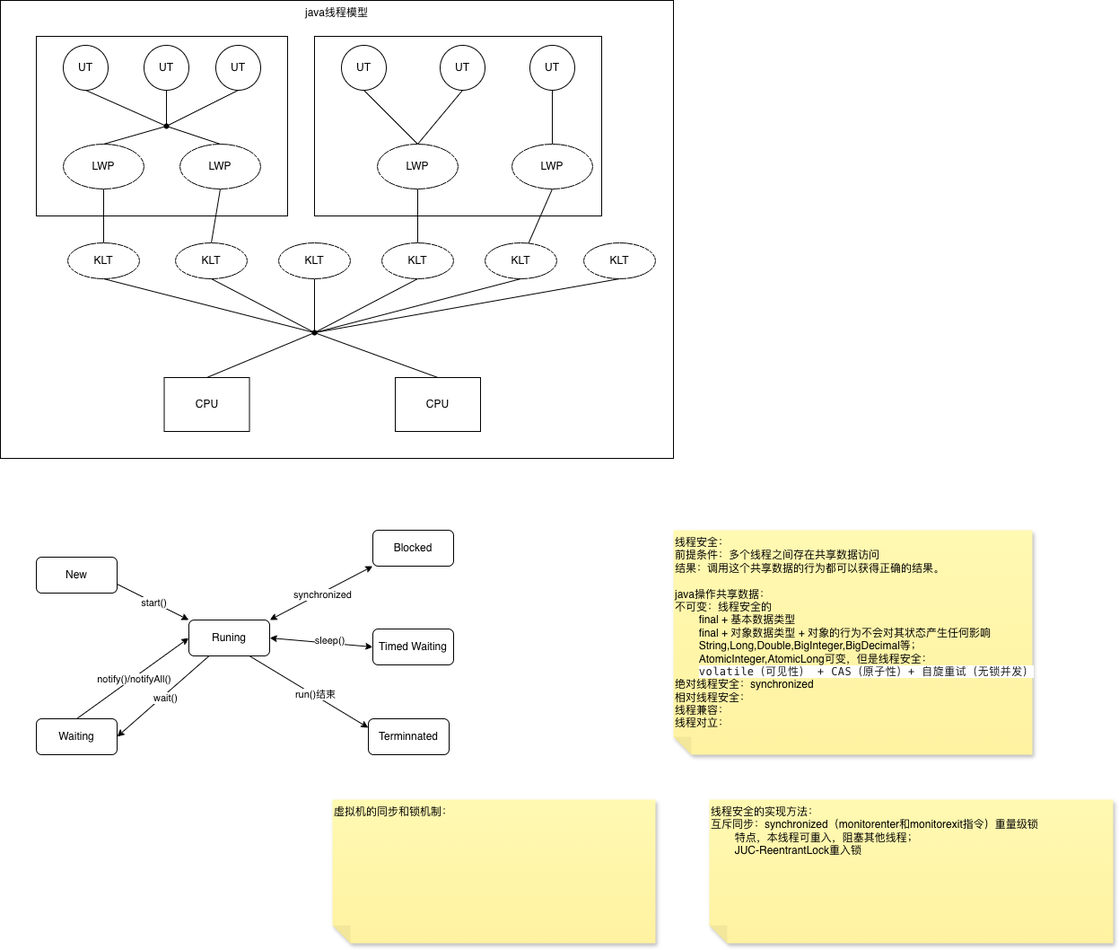
The draw.io diagram java线程模型和线程状态.drawio.png in ggs2015/file, before a commit. Source tidied: cells renumbered, new cells last; positions are measured from the earlier drawing's top-left corner, leaving out a move shared by most shapes.
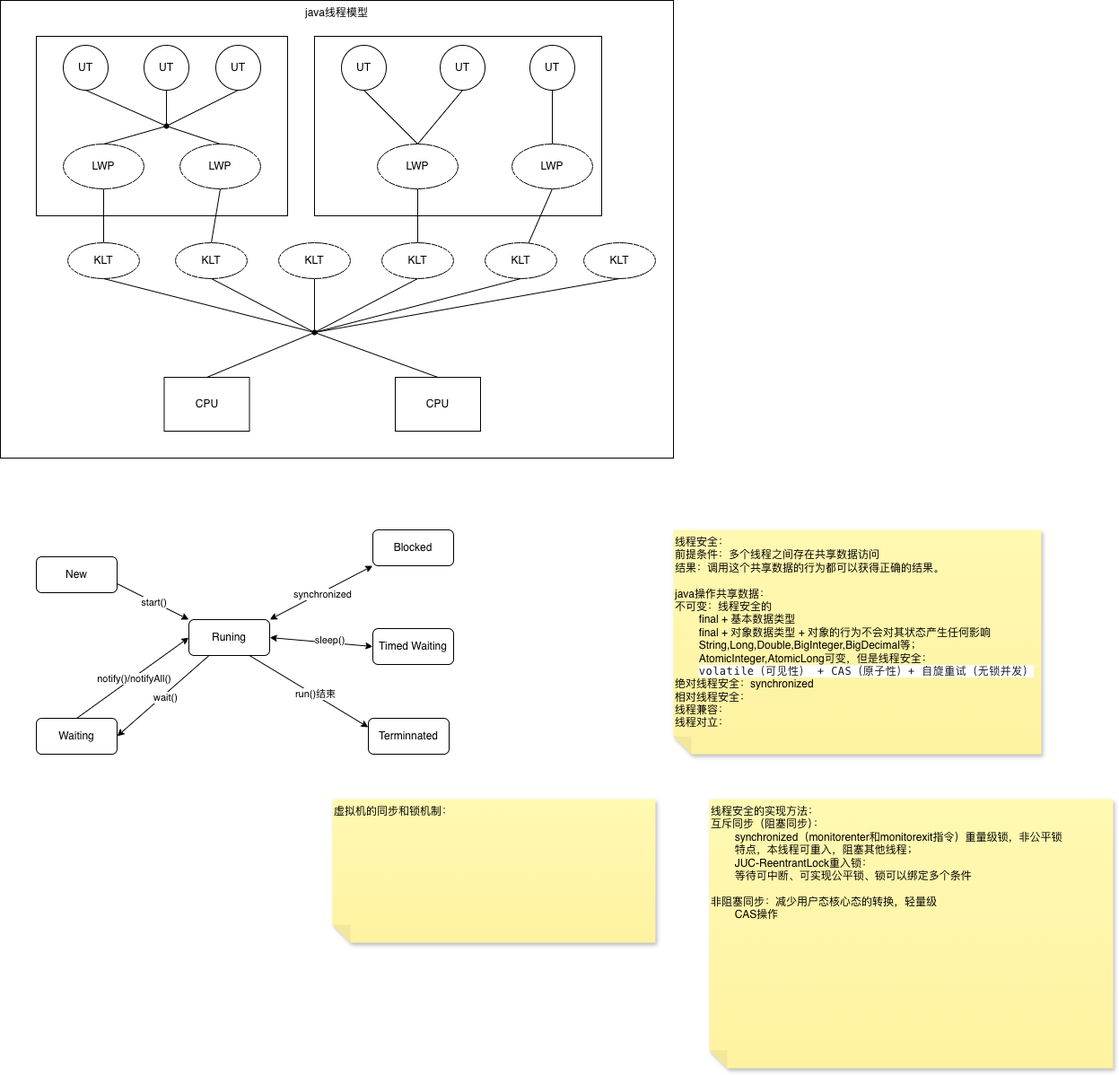
Above is the later version.

Commit message:
更新java线程模型和线程状态.drawio.png

The edit, as a diff of the source:
```diff
@@ -193,10 +193,10 @@
       <mxGeometry x="410" y="800" width="90" height="40" as="geometry" />
     </mxCell>
     <mxCell id="64" value="线程安全：&lt;div&gt;前提条件：多个线程之间存在共享数据访问&lt;/div&gt;&lt;div&gt;结果：调用这个共享数据的行为都可以获得正确的结果。&lt;/div&gt;&lt;div&gt;&lt;br&gt;&lt;/div&gt;&lt;div&gt;java操作共享数据：&lt;/div&gt;&lt;div&gt;不可变：线程安全的&lt;/div&gt;&lt;div&gt;&lt;span style=&quot;white-space: pre;&quot;&gt;&#9;&lt;/span&gt;final + 基本数据类型&lt;/div&gt;&lt;div&gt;&lt;span style=&quot;white-space: pre;&quot;&gt;&#9;&lt;/span&gt;final + 对象数据类型 + 对象的行为不会对其状态产生任何影响&lt;/div&gt;&lt;div&gt;&lt;span style=&quot;white-space: pre;&quot;&gt;&#9;&lt;/span&gt;String,Long,Double,BigInteger,BigDecimal等；&lt;br&gt;&lt;/div&gt;&lt;div&gt;&lt;span style=&quot;white-space: pre;&quot;&gt;&#9;&lt;/span&gt;AtomicInteger,AtomicLong可变，但是线程安全：&lt;br&gt;&lt;/div&gt;&lt;div&gt;&lt;span style=&quot;white-space: pre;&quot;&gt;&#9;&lt;/span&gt;&lt;font color=&quot;#1a1a1a&quot; face=&quot;Fira Code, Fira Mono, Menlo, Consolas, DejaVu Sans Mono, monospace&quot;&gt;&lt;span style=&quot;letter-spacing: 0.5px; background-color: rgb(255, 255, 255);&quot;&gt;volatile（可见性） + CAS（原子性）+ 自旋重试（无锁并发）&lt;/span&gt;&lt;/font&gt;&lt;/div&gt;&lt;div&gt;绝对线程安全：synchronized&lt;/div&gt;&lt;div&gt;相对线程安全：&lt;/div&gt;&lt;div&gt;线程兼容：&lt;/div&gt;&lt;div&gt;线程对立：&lt;/div&gt;&lt;div&gt;&lt;br&gt;&lt;/div&gt;&lt;div&gt;&lt;span style=&quot;white-space: pre;&quot;&gt;&#9;&lt;/span&gt;&lt;br&gt;&lt;/div&gt;" style="shape=note;whiteSpace=wrap;html=1;backgroundOutline=1;fontColor=#000000;darkOpacity=0.05;fillColor=#FFF9B2;strokeColor=none;fillStyle=solid;direction=west;gradientDirection=north;gradientColor=#FFF2A1;shadow=1;size=20;verticalAlign=top;align=left;" parent="1" vertex="1">
-      <mxGeometry x="750" y="590" width="400" height="250" as="geometry" />
+      <mxGeometry x="750" y="590" width="410" height="250" as="geometry" />
     </mxCell>
-    <mxCell id="65" value="线程安全的实现方法：&lt;div&gt;互斥同步：synchronized（monitorenter和monitorexit指令）重量级锁&lt;/div&gt;&lt;div&gt;&lt;span style=&quot;white-space: pre;&quot;&gt;&#9;&lt;/span&gt;特点，本线程可重入，阻塞其他线程；&lt;br&gt;&lt;/div&gt;&lt;div&gt;&lt;span style=&quot;white-space: pre;&quot;&gt;&#9;&lt;/span&gt;JUC-ReentrantLock重入锁&lt;br&gt;&lt;/div&gt;" style="shape=note;whiteSpace=wrap;html=1;backgroundOutline=1;fontColor=#000000;darkOpacity=0.05;fillColor=#FFF9B2;strokeColor=none;fillStyle=solid;direction=west;gradientDirection=north;gradientColor=#FFF2A1;shadow=1;size=20;verticalAlign=top;align=left;" parent="1" vertex="1">
-      <mxGeometry x="790" y="890" width="450" height="160" as="geometry" />
+    <mxCell id="65" value="线程安全的实现方法：&lt;div&gt;互斥同步（阻塞同步）：&lt;/div&gt;&lt;div&gt;&lt;span style=&quot;white-space: pre;&quot;&gt;&#9;&lt;/span&gt;synchronized（monitorenter和monitorexit指令）重量级锁，非公平锁&lt;/div&gt;&lt;div&gt;&lt;span style=&quot;white-space: pre;&quot;&gt;&#9;&lt;/span&gt;特点，本线程可重入，阻塞其他线程；&lt;br&gt;&lt;/div&gt;&lt;div&gt;&lt;span style=&quot;white-space: pre;&quot;&gt;&#9;&lt;/span&gt;JUC-ReentrantLock重入锁：&lt;br&gt;&lt;/div&gt;&lt;div&gt;&lt;span style=&quot;white-space: pre;&quot;&gt;&#9;&lt;/span&gt;等待可中断、可实现公平锁、锁可以绑定多个条件&lt;br&gt;&lt;/div&gt;&lt;div&gt;&lt;br&gt;&lt;/div&gt;&lt;div&gt;非阻塞同步：减少用户态核心态的转换，轻量级&lt;/div&gt;&lt;div&gt;&lt;span style=&quot;white-space: pre;&quot;&gt;&#9;&lt;/span&gt;CAS操作&lt;br&gt;&lt;/div&gt;&lt;div&gt;&lt;br&gt;&lt;/div&gt;&lt;div&gt;&lt;br&gt;&lt;/div&gt;" style="shape=note;whiteSpace=wrap;html=1;backgroundOutline=1;fontColor=#000000;darkOpacity=0.05;fillColor=#FFF9B2;strokeColor=none;fillStyle=solid;direction=west;gradientDirection=north;gradientColor=#FFF2A1;shadow=1;size=20;verticalAlign=top;align=left;" parent="1" vertex="1">
+      <mxGeometry x="790" y="890" width="450" height="300" as="geometry" />
     </mxCell>
     <mxCell id="66" value="虚拟机的同步和锁机制：" style="shape=note;whiteSpace=wrap;html=1;backgroundOutline=1;fontColor=#000000;darkOpacity=0.05;fillColor=#FFF9B2;strokeColor=none;fillStyle=solid;direction=west;gradientDirection=north;gradientColor=#FFF2A1;shadow=1;size=20;verticalAlign=top;align=left;" parent="1" vertex="1">
       <mxGeometry x="370" y="890" width="360" height="160" as="geometry" />
```
